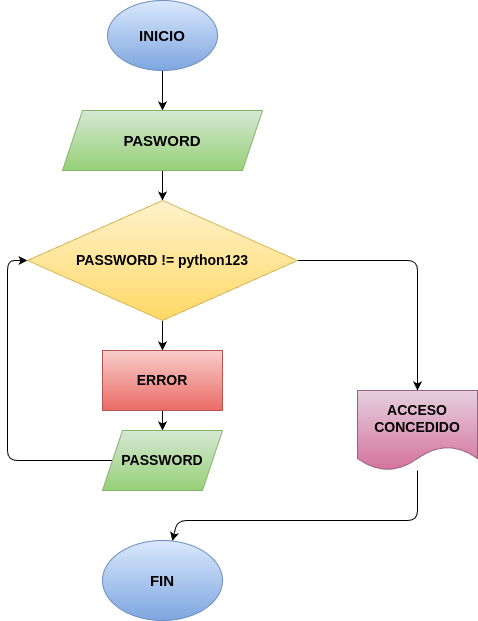
Above: Ejercicio_1/diagrama.png in andrespinillacolegioguanenta/INTRUCCIONES_REP (draw.io), before the change. Source tidied: cells renumbered, new cells last; positions are measured from the earlier drawing's top-left corner, leaving out a move shared by most shapes.
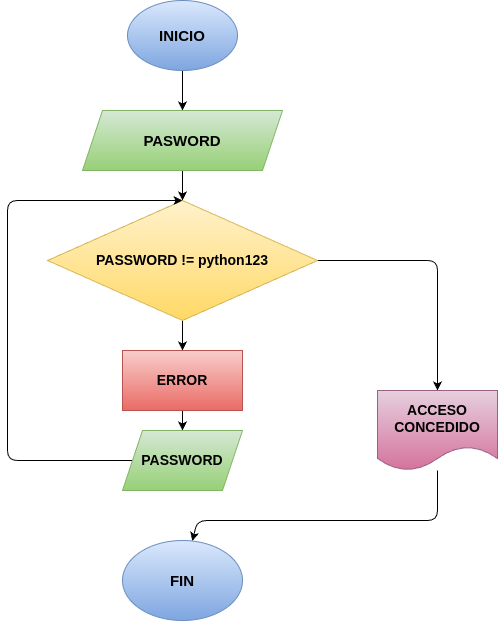
Later version of the same file.

Change to the diagram source:
```diff
@@ -47,11 +47,11 @@
     <mxCell id="13" value="ERROR" style="rounded=0;whiteSpace=wrap;html=1;fontStyle=1;fontSize=14;fillColor=#f8cecc;gradientColor=#ea6b66;strokeColor=#b85450;" parent="1" vertex="1">
       <mxGeometry x="95" y="350" width="120" height="60" as="geometry" />
     </mxCell>
-    <mxCell id="14" style="edgeStyle=none;html=1;entryX=0;entryY=0.5;entryDx=0;entryDy=0;" parent="1" edge="1" source="15" target="8">
+    <mxCell id="14" style="edgeStyle=none;html=1;entryX=0.5;entryY=0;entryDx=0;entryDy=0;" parent="1" edge="1" source="15" target="8">
       <mxGeometry relative="1" as="geometry">
         <Array as="points">
-          <mxPoint y="460" />
-          <mxPoint y="260" />
+          <mxPoint x="-20" y="460" />
+          <mxPoint x="-20" y="200" />
         </Array>
       </mxGeometry>
     </mxCell>
```
